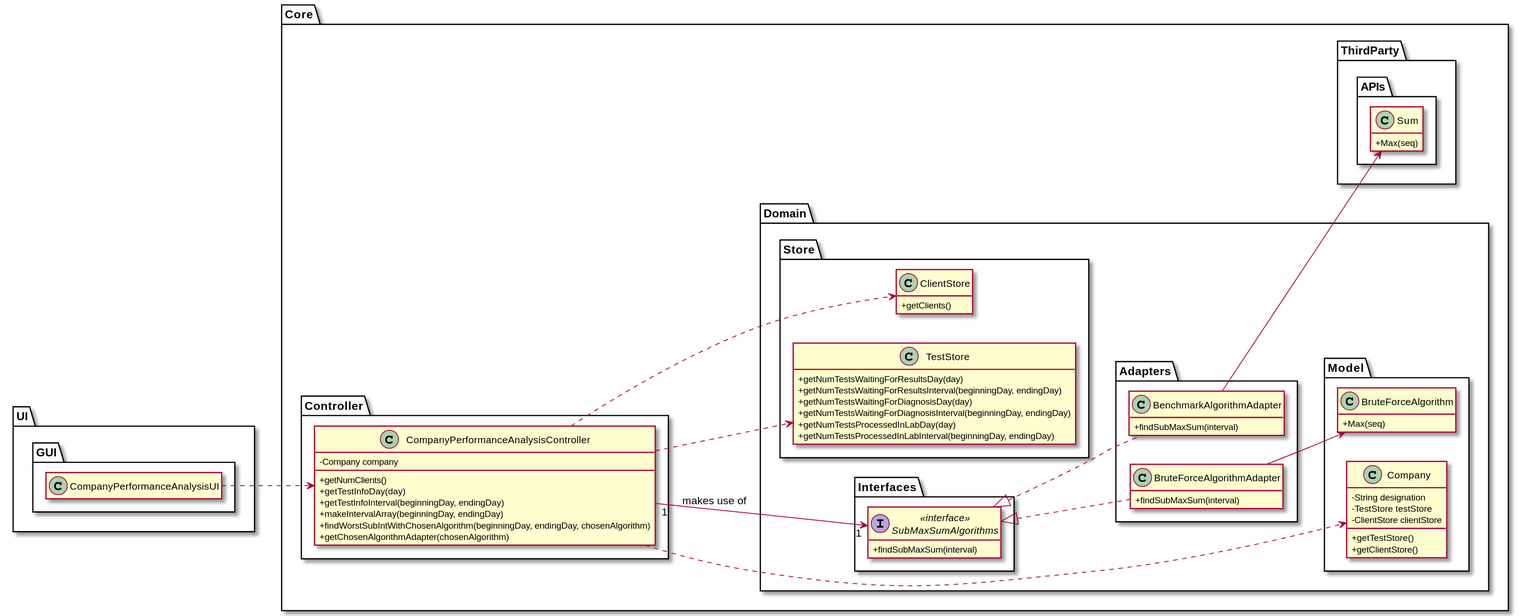
Earlier version of the PlantUML export docs/SprintD/US_16/US016_CD_WithPackages.svg (ana-albergaria/LAPR2-ISEP).
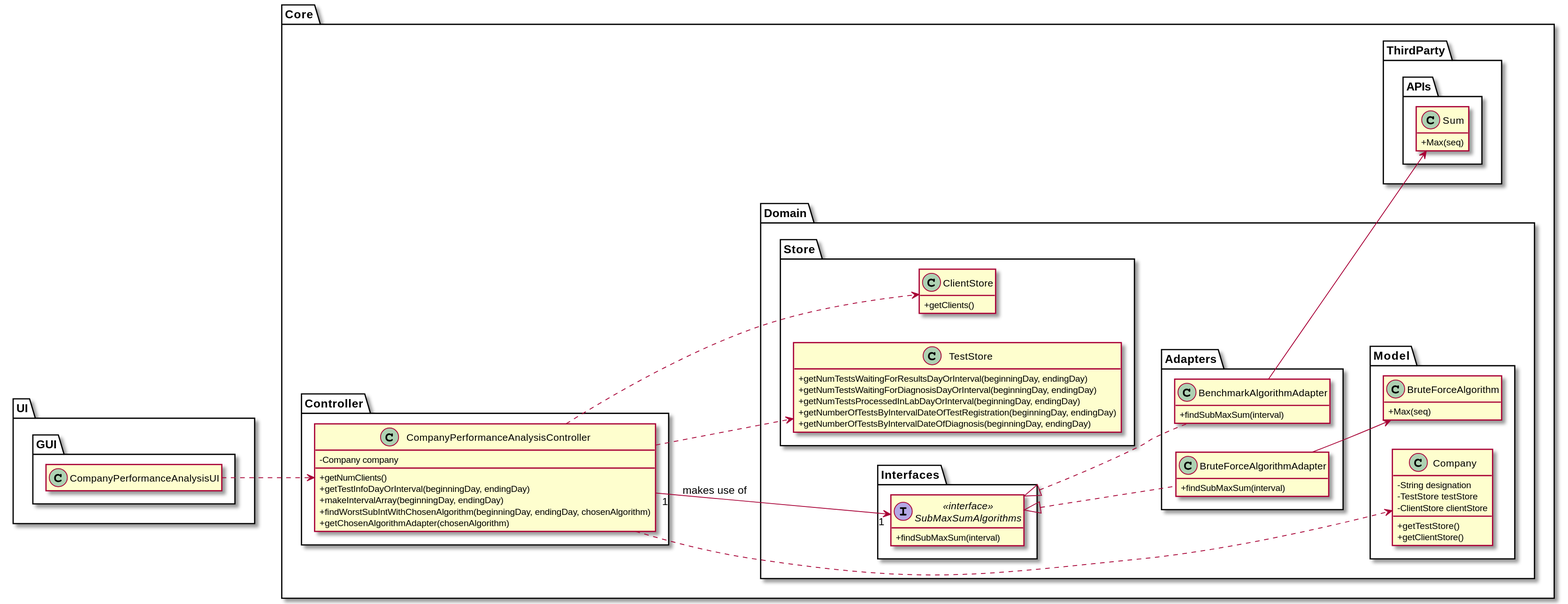
Later version of the same file.

Change to the diagram source:
```diff
@@ -35,12 +35,11 @@
 package Store {
 
 class TestStore {
-    +getNumTestsWaitingForResultsDay(day)
-    +getNumTestsWaitingForResultsInterval(beginningDay, endingDay)
-    +getNumTestsWaitingForDiagnosisDay(day)
-    +getNumTestsWaitingForDiagnosisInterval(beginningDay, endingDay)
-    +getNumTestsProcessedInLabDay(day)
-    +getNumTestsProcessedInLabInterval(beginningDay, endingDay)
+    +getNumTestsWaitingForResultsDayOrInterval(beginningDay, endingDay)
+    +getNumTestsWaitingForDiagnosisDayOrInterval(beginningDay, endingDay)
+    +getNumTestsProcessedInLabDayOrInterval(beginningDay, endingDay)
+    +getNumberOfTestsByIntervalDateOfTestRegistration(beginningDay, endingDay)
+    +getNumberOfTestsByIntervalDateOfDiagnosis(beginningDay, endingDay)
 }
 
 class ClientStore {
@@ -68,8 +67,7 @@
 class CompanyPerformanceAnalysisController{
     -Company company
     +getNumClients()
-    +getTestInfoDay(day)
-    +getTestInfoInterval(beginningDay, endingDay)
+    +getTestInfoDayOrInterval(beginningDay, endingDay)
     +makeIntervalArray(beginningDay, endingDay)
     +findWorstSubIntWithChosenAlgorithm(beginningDay, endingDay, chosenAlgorithm)
     +getChosenAlgorithmAdapter(chosenAlgorithm)
```
